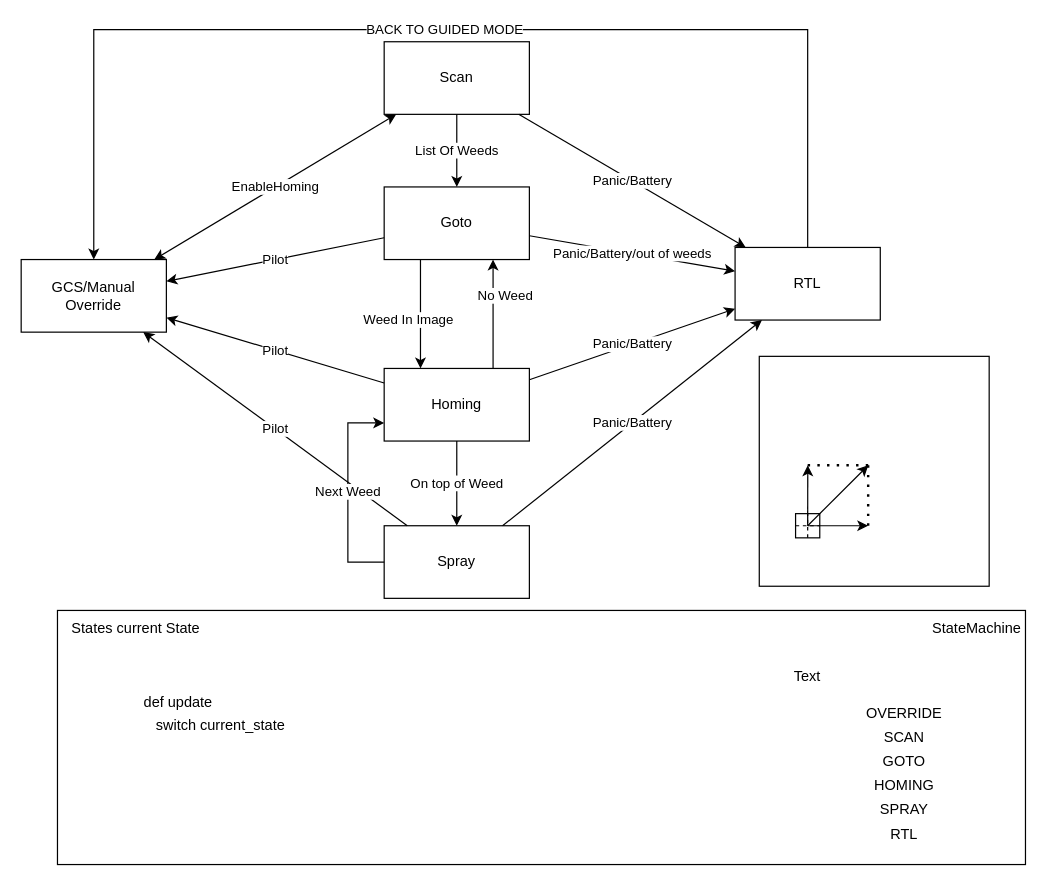
This is page "FSM" (4 of 7) of docs/SD_design_diagrams.drawio from freddygaffey/skydock2, a draw.io file, before an edit. Source tidied: cells renumbered, new cells numbered last; positions are measured from the earlier drawing's top-left corner, leaving out a move shared by most shapes. Both pictures are drawn from the tidied source at 121%, with x=0, y=0 at pixel (21, 29).
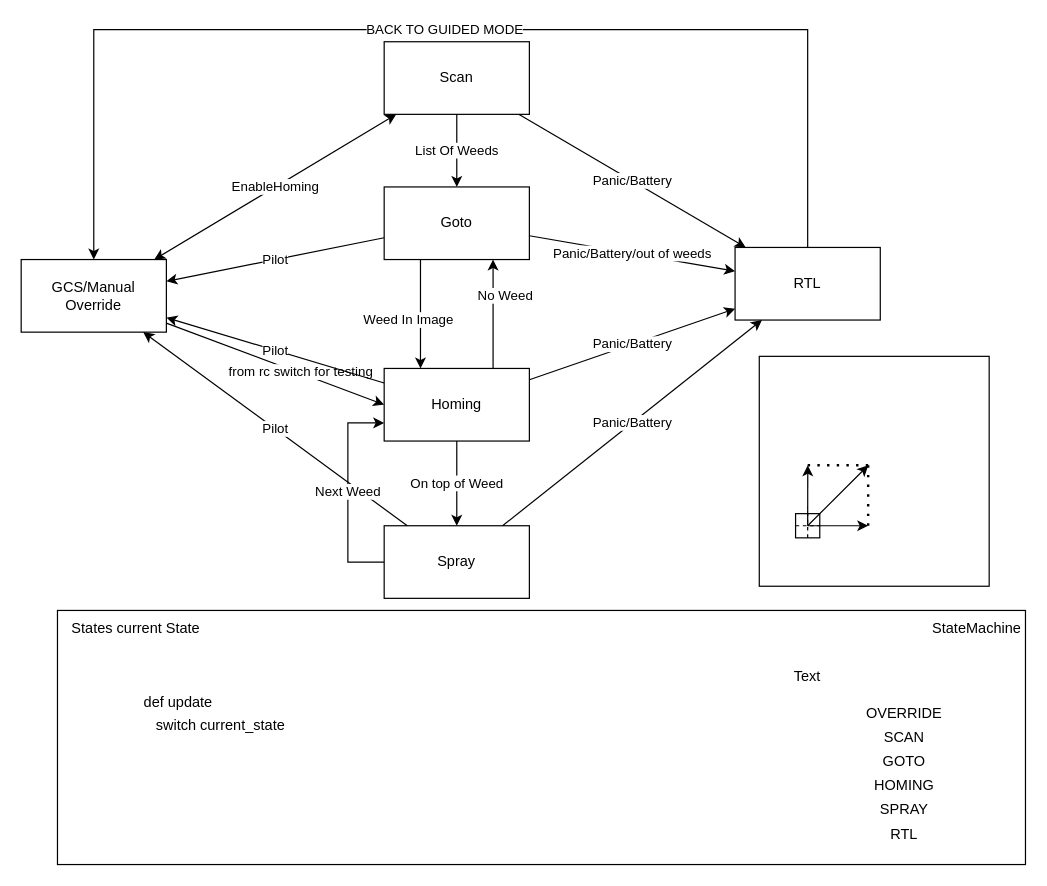
Above is the later version.

The change refers to these unchanged cells:
```xml
<mxCell id="2" value="GCS/Manual Override" style="rounded=0;whiteSpace=wrap;html=1;" parent="1" vertex="1">
  <mxGeometry y="190" width="120" height="60" as="geometry" />
</mxCell>
<mxCell id="5" value="Homing" style="rounded=0;whiteSpace=wrap;html=1;" parent="1" vertex="1">
  <mxGeometry x="300" y="280" width="120" height="60" as="geometry" />
</mxCell>
```

Diff of the diagram source:
```diff
@@
+    <mxCell id="43" style="edgeStyle=none;html=1;entryX=0;entryY=0.5;entryDx=0;entryDy=0;" parent="1" edge="1" source="2" target="5">
+      <mxGeometry relative="1" as="geometry" />
+    </mxCell>
+    <mxCell id="44" value="from rc switch for testing" style="edgeLabel;html=1;align=center;verticalAlign=middle;" parent="43" vertex="1">
+      <mxGeometry x="0.23" y="1" relative="1" as="geometry" />
+    </mxCell>
```
